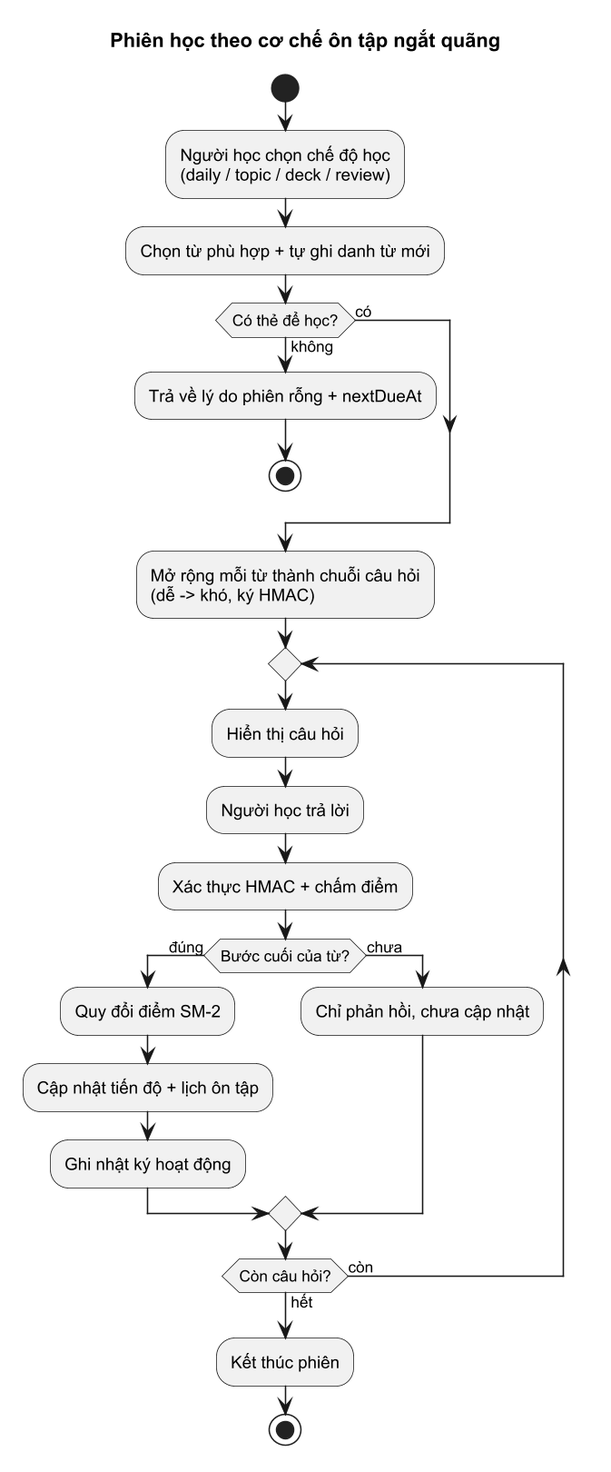
Earlier version of the PlantUML export docs/report/images/activity-phien-hoc.png (XuanVietK67/learning_vocab_backend).
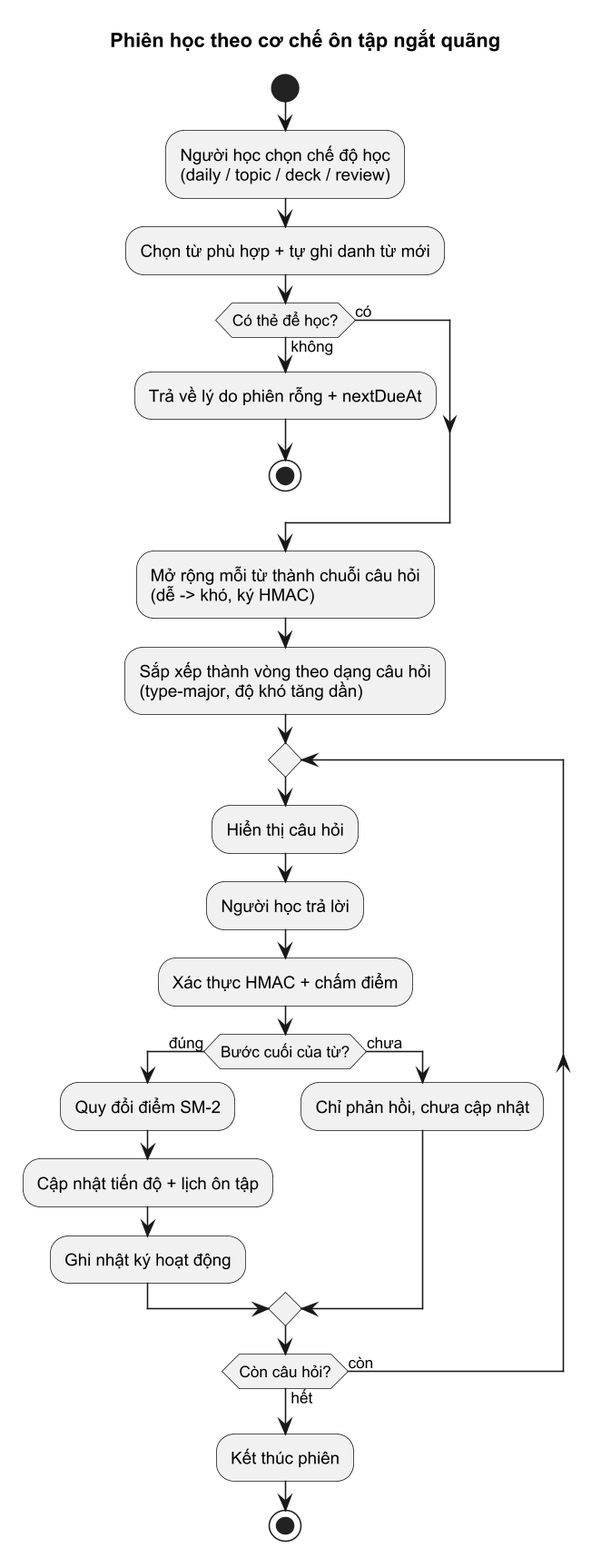
After the commit.

Commit message:
docs(report): reflect type-major learning flow + regenerate stale diagrams

Diff of the diagram source:
```diff
@@ -12,6 +12,7 @@
 else (có)
 endif
 :Mở rộng mỗi từ thành chuỗi câu hỏi\n(dễ -> khó, ký HMAC);
+:Sắp xếp thành vòng theo dạng câu hỏi\n(type-major, độ khó tăng dần);
 repeat
   :Hiển thị câu hỏi;
   :Người học trả lời;
```
